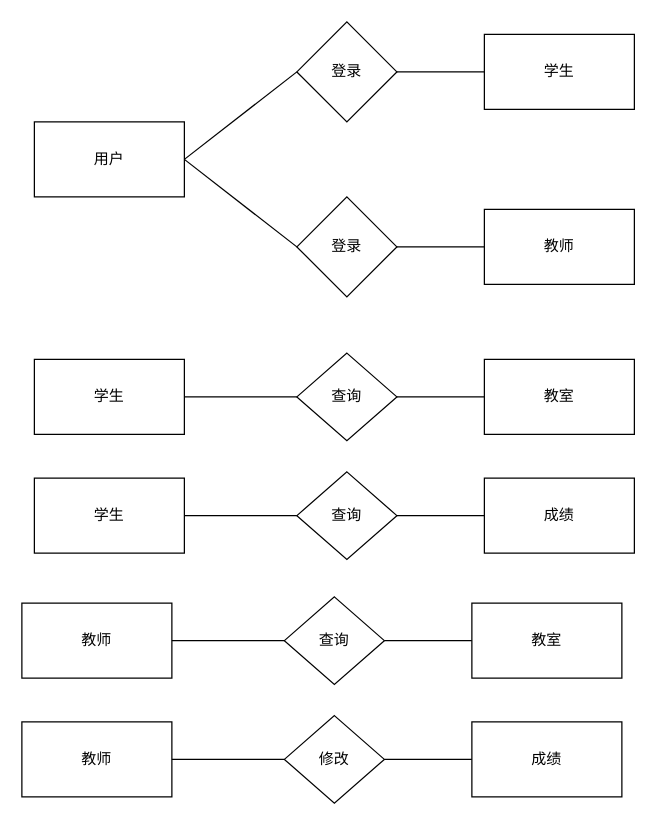
Above: erer.drawio in luoyueyuguang/smartcampus-backend (draw.io), before the change. Source tidied: cells renumbered, new cells numbered last; positions are measured from the earlier drawing's top-left corner, leaving out a move shared by most shapes. Both pictures are drawn from the tidied source at 125%, with x=0, y=0 at pixel (21, 21).
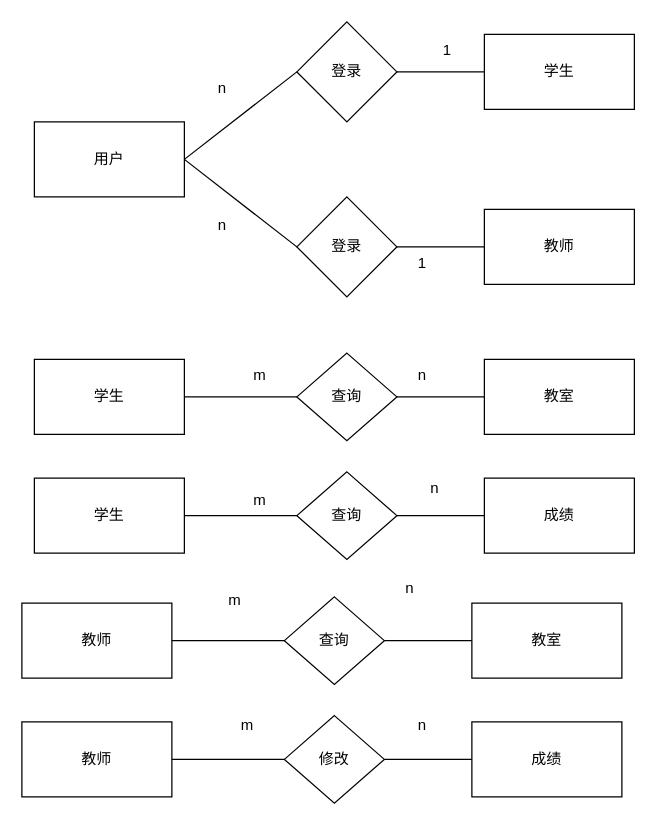
Above is the later version.

Diff of the diagram source:
```diff
@@
+    <mxCell id="31" value="n" style="text;html=1;align=center;verticalAlign=middle;strokeColor=none;fillColor=none;" parent="1" vertex="1">
+      <mxGeometry x="145" y="38" width="30" height="30" as="geometry" />
+    </mxCell>
+    <mxCell id="32" value="1" style="text;html=1;align=center;verticalAlign=middle;strokeColor=none;fillColor=none;" parent="1" vertex="1">
+      <mxGeometry x="325" y="8" width="30" height="30" as="geometry" />
+    </mxCell>
+    <mxCell id="33" value="n" style="text;html=1;align=center;verticalAlign=middle;strokeColor=none;fillColor=none;" parent="1" vertex="1">
+      <mxGeometry x="145" y="148" width="30" height="30" as="geometry" />
+    </mxCell>
+    <mxCell id="34" value="1" style="text;html=1;align=center;verticalAlign=middle;strokeColor=none;fillColor=none;" parent="1" vertex="1">
+      <mxGeometry x="305" y="178" width="30" height="30" as="geometry" />
+    </mxCell>
+    <mxCell id="35" value="m" style="text;html=1;align=center;verticalAlign=middle;strokeColor=none;fillColor=none;" parent="1" vertex="1">
+      <mxGeometry x="175" y="268" width="30" height="30" as="geometry" />
+    </mxCell>
+    <mxCell id="36" value="m" style="text;html=1;align=center;verticalAlign=middle;strokeColor=none;fillColor=none;" parent="1" vertex="1">
+      <mxGeometry x="155" y="448" width="30" height="30" as="geometry" />
+    </mxCell>
+    <mxCell id="37" value="n" style="text;html=1;align=center;verticalAlign=middle;strokeColor=none;fillColor=none;" parent="1" vertex="1">
+      <mxGeometry x="295" y="438" width="30" height="30" as="geometry" />
+    </mxCell>
+    <mxCell id="38" value="m" style="text;html=1;align=center;verticalAlign=middle;strokeColor=none;fillColor=none;" parent="1" vertex="1">
+      <mxGeometry x="165" y="548" width="30" height="30" as="geometry" />
+    </mxCell>
+    <mxCell id="39" value="n" style="text;html=1;align=center;verticalAlign=middle;strokeColor=none;fillColor=none;" parent="1" vertex="1">
+      <mxGeometry x="305" y="548" width="30" height="30" as="geometry" />
+    </mxCell>
+    <mxCell id="40" value="n" style="text;html=1;align=center;verticalAlign=middle;strokeColor=none;fillColor=none;" parent="1" vertex="1">
+      <mxGeometry x="305" y="268" width="30" height="30" as="geometry" />
+    </mxCell>
+    <mxCell id="41" value="m" style="text;html=1;align=center;verticalAlign=middle;strokeColor=none;fillColor=none;" parent="1" vertex="1">
+      <mxGeometry x="175" y="368" width="30" height="30" as="geometry" />
+    </mxCell>
+    <mxCell id="42" value="n" style="text;html=1;align=center;verticalAlign=middle;strokeColor=none;fillColor=none;" parent="1" vertex="1">
+      <mxGeometry x="315" y="358" width="30" height="30" as="geometry" />
+    </mxCell>
```
